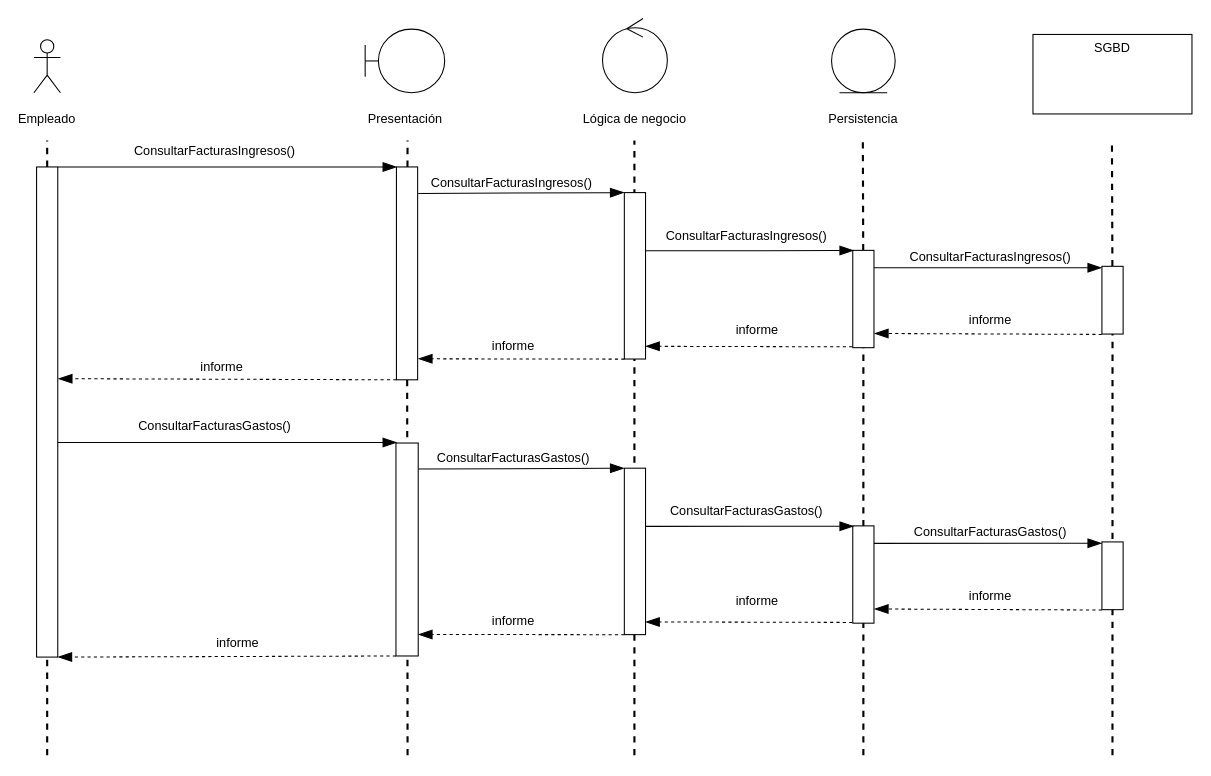
felipescalera/Proyecto-IR keeps this draw.io diagram as diagramas/diagramas de secuencia/consultaInforme1.drawio. Above is the earlier version. Source tidied: cells renumbered, new cells numbered last; positions are measured from the earlier drawing's top-left corner, leaving out a move shared by most shapes. Both pictures are drawn from the tidied source at 106%, with x=0, y=0 at pixel (-198, 18).
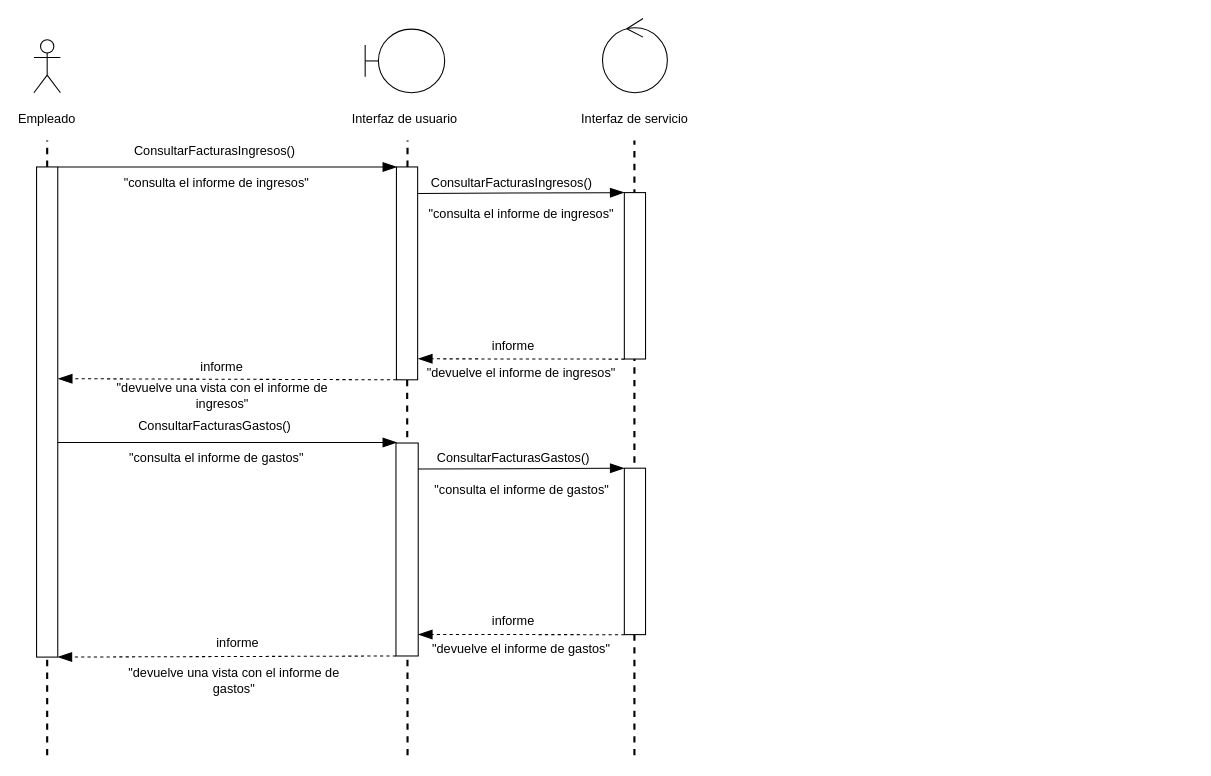
Above is the later version.

The change refers to these unchanged cells:
```xml
<mxCell id="8" style="group;" parent="1" vertex="1">
  <mxGeometry x="731" width="109" height="105" as="geometry" />
</mxCell>
```

Diff of the diagram source:
```diff
@@
-    <mxCell id="2" style="group;" parent="1" vertex="1">
-      <mxGeometry x="1161" y="15" width="150" height="75" as="geometry" />
-    </mxCell>
-    <mxCell id="3" style="rounded=0;whiteSpace=wrap;html=1;fontColor=none;" parent="2" vertex="1">
-      <mxGeometry width="150" height="75" as="geometry" />
-    </mxCell>
-    <mxCell id="4" value="SGBD" style="text;html=1;strokeColor=none;fillColor=none;align=center;verticalAlign=middle;whiteSpace=wrap;rounded=0;fontColor=none;" parent="2" vertex="1">
-      <mxGeometry x="50" width="50" height="25" as="geometry" />
-    </mxCell>
-    <mxCell id="5" style="group;" parent="1" vertex="1">
-      <mxGeometry x="971" y="10" width="60" height="95" as="geometry" />
-    </mxCell>
-    <mxCell id="6" style="ellipse;shape=umlEntity;whiteSpace=wrap;html=1;" parent="5" vertex="1">
-      <mxGeometry width="60" height="60" as="geometry" />
-    </mxCell>
-    <mxCell id="7" value="Persistencia" style="text;html=1;strokeColor=none;fillColor=none;align=center;verticalAlign=middle;whiteSpace=wrap;rounded=0;fontColor=none;" parent="5" vertex="1">
-      <mxGeometry x="10" y="75" width="40" height="20" as="geometry" />
-    </mxCell>
@@
-    <mxCell id="10" value="Lógica de negocio" style="text;html=1;strokeColor=none;fillColor=none;align=center;verticalAlign=middle;whiteSpace=wrap;rounded=0;fontColor=none;" parent="8" vertex="1">
+    <mxCell id="10" value="Interfaz de servicio" style="text;html=1;strokeColor=none;fillColor=none;align=center;verticalAlign=middle;whiteSpace=wrap;rounded=0;fontColor=none;" parent="8" vertex="1">
       <mxGeometry y="85" width="109" height="20" as="geometry" />
     </mxCell>
     <mxCell id="11" style="group;" parent="1" vertex="1">
-      <mxGeometry x="531" y="10" width="75" height="95" as="geometry" />
+      <mxGeometry x="531" y="10" width="130" height="95" as="geometry" />
     </mxCell>
@@
-    <mxCell id="13" value="Presentación" style="text;html=1;strokeColor=none;fillColor=none;align=center;verticalAlign=middle;whiteSpace=wrap;rounded=0;fontColor=none;" parent="11" vertex="1">
-      <mxGeometry x="17.5" y="75" width="40" height="20" as="geometry" />
+    <mxCell id="13" value="Interfaz de usuario" style="text;html=1;strokeColor=none;fillColor=none;align=center;verticalAlign=middle;whiteSpace=wrap;rounded=0;fontColor=none;" parent="11" vertex="1">
+      <mxGeometry x="-18.8" y="75" width="112.5" height="20" as="geometry" />
     </mxCell>
@@
-    <mxCell id="16" style="endArrow=none;dashed=1;html=1;fontColor=none;strokeWidth=2;" parent="1" edge="1" source="30">
-      <mxGeometry relative="1" as="geometry">
-        <mxPoint x="1000.5" y="115" as="targetPoint" />
-      </mxGeometry>
-    </mxCell>
-    <mxCell id="17" style="endArrow=none;dashed=1;html=1;fontColor=none;strokeWidth=2;" parent="1" edge="1" source="34">
-      <mxGeometry relative="1" as="geometry">
-        <mxPoint x="1235.5" y="115" as="targetPoint" />
-      </mxGeometry>
-    </mxCell>
@@
-    <mxCell id="30" style="rounded=0;whiteSpace=wrap;html=1;fontColor=none;rotation=90;" parent="1" vertex="1">
-      <mxGeometry x="955.1" y="254.6" width="91.8" height="20" as="geometry" />
-    </mxCell>
-    <mxCell id="31" style="endArrow=none;dashed=1;html=1;fontColor=none;strokeWidth=2;" parent="1" edge="1" target="30">
-      <mxGeometry relative="1" as="geometry">
-        <mxPoint x="1001" y="695" as="sourcePoint" />
-      </mxGeometry>
-    </mxCell>
-    <mxCell id="32" style="endArrow=blockThin;html=1;endFill=1;exitX=0.51;exitY=0.025;exitDx=0;exitDy=0;exitPerimeter=0;endSize=11;" parent="1" edge="1">
-      <mxGeometry relative="1" as="geometry">
-        <mxPoint x="796" y="219.1" as="sourcePoint" />
-        <mxPoint x="992" y="218.9" as="targetPoint" />
-      </mxGeometry>
-    </mxCell>
-    <mxCell id="33" value="ConsultarFacturasIngresos() " style="text;html=1;strokeColor=none;fillColor=none;align=center;verticalAlign=middle;whiteSpace=wrap;rounded=0;" parent="1" vertex="1">
-      <mxGeometry x="871" y="195" width="40" height="20" as="geometry" />
-    </mxCell>
-    <mxCell id="34" style="rounded=0;whiteSpace=wrap;html=1;fontColor=none;rotation=90;" parent="1" vertex="1">
-      <mxGeometry x="1204.1" y="255.7" width="63.9" height="20" as="geometry" />
-    </mxCell>
-    <mxCell id="35" style="endArrow=none;dashed=1;html=1;fontColor=none;strokeWidth=2;" parent="1" edge="1" target="34">
-      <mxGeometry relative="1" as="geometry">
-        <mxPoint x="1236" y="695" as="sourcePoint" />
-      </mxGeometry>
-    </mxCell>
-    <mxCell id="36" style="endArrow=blockThin;html=1;exitX=1;exitY=0;exitDx=0;exitDy=0;endFill=1;entryX=0;entryY=1;entryDx=0;entryDy=0;endSize=11;" parent="1" edge="1">
-      <mxGeometry relative="1" as="geometry">
-        <mxPoint x="1011" y="235.1" as="sourcePoint" />
-        <mxPoint x="1226" y="235" as="targetPoint" />
-      </mxGeometry>
-    </mxCell>
-    <mxCell id="37" value="ConsultarFacturasIngresos() " style="text;html=1;strokeColor=none;fillColor=none;align=center;verticalAlign=middle;whiteSpace=wrap;rounded=0;" parent="1" vertex="1">
-      <mxGeometry x="1101" y="215" width="40" height="20" as="geometry" />
-    </mxCell>
-    <mxCell id="38" value="informe" style="text;html=1;strokeColor=none;fillColor=none;align=center;verticalAlign=middle;whiteSpace=wrap;rounded=0;" parent="1" vertex="1">
-      <mxGeometry x="1101" y="274.6" width="40" height="20" as="geometry" />
-    </mxCell>
-    <mxCell id="39" style="endArrow=blockThin;html=1;exitX=1;exitY=1;exitDx=0;exitDy=0;endFill=1;dashed=1;endSize=11;entryX=0.42;entryY=-0.018;entryDx=0;entryDy=0;entryPerimeter=0;" parent="1" edge="1">
-      <mxGeometry relative="1" as="geometry">
-        <mxPoint x="990.6" y="309.7" as="sourcePoint" />
-        <mxPoint x="795.4" y="309.2" as="targetPoint" />
-      </mxGeometry>
-    </mxCell>
-    <mxCell id="40" value="informe" style="text;html=1;strokeColor=none;fillColor=none;align=center;verticalAlign=middle;whiteSpace=wrap;rounded=0;" parent="1" vertex="1">
-      <mxGeometry x="881" y="283.8" width="40" height="20" as="geometry" />
-    </mxCell>
@@
-    <mxCell id="45" style="endArrow=blockThin;html=1;endFill=1;dashed=1;endSize=11;entryX=0.854;entryY=-0.011;entryDx=0;entryDy=0;entryPerimeter=0;" parent="1" edge="1" target="30">
-      <mxGeometry relative="1" as="geometry">
-        <mxPoint x="1226" y="298" as="sourcePoint" />
-      </mxGeometry>
-    </mxCell>
@@
-    <mxCell id="52" style="rounded=0;whiteSpace=wrap;html=1;fontColor=none;rotation=90;" parent="1" vertex="1">
-      <mxGeometry x="955.1" y="514.5" width="91.8" height="20" as="geometry" />
-    </mxCell>
-    <mxCell id="53" style="endArrow=blockThin;html=1;endFill=1;exitX=0.51;exitY=0.025;exitDx=0;exitDy=0;exitPerimeter=0;endSize=11;" parent="1" edge="1">
-      <mxGeometry relative="1" as="geometry">
-        <mxPoint x="796" y="479.1" as="sourcePoint" />
-        <mxPoint x="992" y="478.9" as="targetPoint" />
-      </mxGeometry>
-    </mxCell>
-    <mxCell id="54" value="ConsultarFacturasGastos() " style="text;html=1;strokeColor=none;fillColor=none;align=center;verticalAlign=middle;whiteSpace=wrap;rounded=0;" parent="1" vertex="1">
-      <mxGeometry x="871" y="455" width="40" height="20" as="geometry" />
-    </mxCell>
-    <mxCell id="55" style="rounded=0;whiteSpace=wrap;html=1;fontColor=none;rotation=90;" parent="1" vertex="1">
-      <mxGeometry x="1204.1" y="515.7" width="63.9" height="20" as="geometry" />
-    </mxCell>
-    <mxCell id="56" style="endArrow=blockThin;html=1;exitX=1;exitY=0;exitDx=0;exitDy=0;endFill=1;entryX=0;entryY=1;entryDx=0;entryDy=0;endSize=11;" parent="1" edge="1">
-      <mxGeometry relative="1" as="geometry">
-        <mxPoint x="1011" y="495.1" as="sourcePoint" />
-        <mxPoint x="1226" y="495" as="targetPoint" />
-      </mxGeometry>
-    </mxCell>
-    <mxCell id="57" value="ConsultarFacturasGastos() " style="text;html=1;strokeColor=none;fillColor=none;align=center;verticalAlign=middle;whiteSpace=wrap;rounded=0;" parent="1" vertex="1">
-      <mxGeometry x="1101" y="475" width="40" height="20" as="geometry" />
-    </mxCell>
-    <mxCell id="58" value="informe" style="text;html=1;strokeColor=none;fillColor=none;align=center;verticalAlign=middle;whiteSpace=wrap;rounded=0;" parent="1" vertex="1">
-      <mxGeometry x="1101" y="534.6" width="40" height="20" as="geometry" />
-    </mxCell>
-    <mxCell id="59" style="endArrow=blockThin;html=1;exitX=1;exitY=1;exitDx=0;exitDy=0;endFill=1;dashed=1;endSize=11;entryX=0.42;entryY=-0.018;entryDx=0;entryDy=0;entryPerimeter=0;" parent="1" edge="1">
-      <mxGeometry relative="1" as="geometry">
-        <mxPoint x="990.6" y="569.7" as="sourcePoint" />
-        <mxPoint x="795.4" y="569.2" as="targetPoint" />
-      </mxGeometry>
-    </mxCell>
-    <mxCell id="60" value="informe" style="text;html=1;strokeColor=none;fillColor=none;align=center;verticalAlign=middle;whiteSpace=wrap;rounded=0;" parent="1" vertex="1">
-      <mxGeometry x="881" y="540" width="40" height="20" as="geometry" />
-    </mxCell>
@@
-    <mxCell id="65" style="endArrow=blockThin;html=1;endFill=1;dashed=1;endSize=11;entryX=0.854;entryY=-0.011;entryDx=0;entryDy=0;entryPerimeter=0;" parent="1" edge="1" target="52">
-      <mxGeometry relative="1" as="geometry">
-        <mxPoint x="1226" y="558" as="sourcePoint" />
-      </mxGeometry>
-    </mxCell>
@@
+    <mxCell id="67" value="&quot;consulta el informe de ingresos&quot;" style="text;html=1;strokeColor=none;fillColor=none;align=center;verticalAlign=middle;whiteSpace=wrap;rounded=0;" parent="1" vertex="1">
+      <mxGeometry x="286" y="145" width="210" height="20" as="geometry" />
+    </mxCell>
+    <mxCell id="68" value="&quot;consulta el informe de ingresos&quot;" style="text;html=1;strokeColor=none;fillColor=none;align=center;verticalAlign=middle;whiteSpace=wrap;rounded=0;" parent="1" vertex="1">
+      <mxGeometry x="581" y="175" width="195" height="20" as="geometry" />
+    </mxCell>
+    <mxCell id="69" value="&quot;devuelve el informe de ingresos&quot;" style="text;html=1;strokeColor=none;fillColor=none;align=center;verticalAlign=middle;whiteSpace=wrap;rounded=0;" parent="1" vertex="1">
+      <mxGeometry x="581" y="325" width="195" height="20" as="geometry" />
+    </mxCell>
+    <mxCell id="70" value="&quot;devuelve una vista con el informe de ingresos&quot;" style="text;html=1;strokeColor=none;fillColor=none;align=center;verticalAlign=middle;whiteSpace=wrap;rounded=0;" parent="1" vertex="1">
+      <mxGeometry x="279.8" y="346" width="232.5" height="20" as="geometry" />
+    </mxCell>
+    <mxCell id="71" value="&quot;devuelve el informe de gastos&quot;" style="text;html=1;strokeColor=none;fillColor=none;align=center;verticalAlign=middle;whiteSpace=wrap;rounded=0;" parent="1" vertex="1">
+      <mxGeometry x="581" y="585" width="195" height="20" as="geometry" />
+    </mxCell>
+    <mxCell id="72" value="&quot;devuelve una vista con el informe de gastos&quot;" style="text;html=1;strokeColor=none;fillColor=none;align=center;verticalAlign=middle;whiteSpace=wrap;rounded=0;" parent="1" vertex="1">
+      <mxGeometry x="291" y="615" width="232.5" height="20" as="geometry" />
+    </mxCell>
+    <mxCell id="73" value="&quot;consulta el informe de gastos&quot;" style="text;html=1;strokeColor=none;fillColor=none;align=center;verticalAlign=middle;whiteSpace=wrap;rounded=0;" parent="1" vertex="1">
+      <mxGeometry x="286" y="405" width="210" height="20" as="geometry" />
+    </mxCell>
+    <mxCell id="74" value="&quot;consulta el informe de gastos&quot;" style="text;html=1;strokeColor=none;fillColor=none;align=center;verticalAlign=middle;whiteSpace=wrap;rounded=0;" parent="1" vertex="1">
+      <mxGeometry x="573.5" y="435" width="210" height="20" as="geometry" />
+    </mxCell>
```
